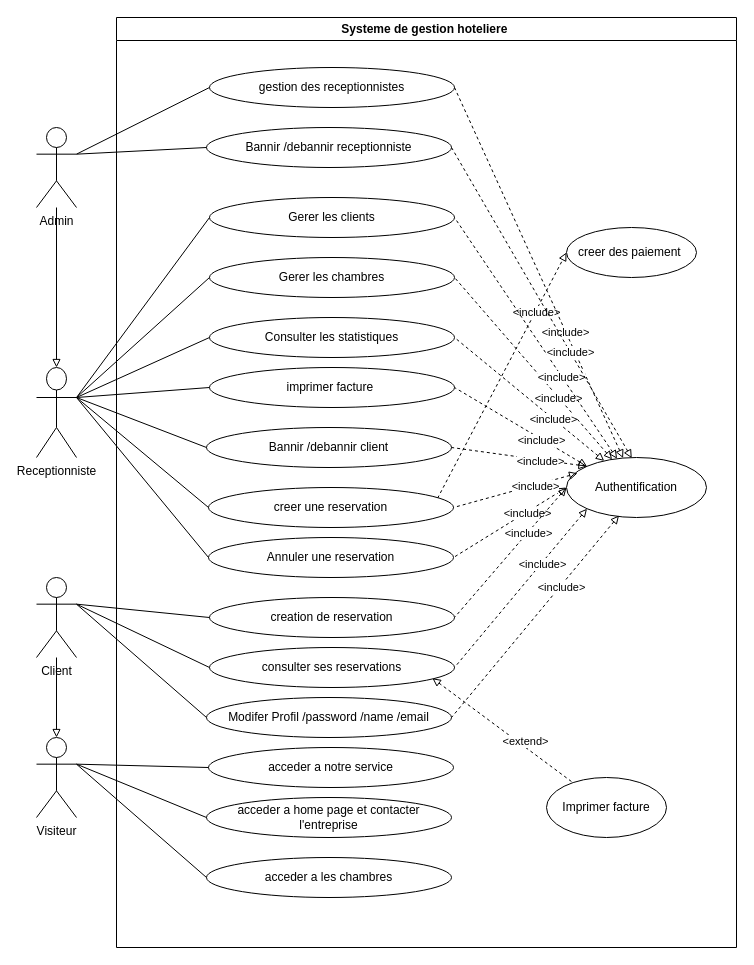
The draw.io diagram usecase-diagram.drawio in aichaelyadri60-debug/Grand-H-tel, before the edit. Source tidied: cells renumbered, new cells numbered last; positions are measured from the earlier drawing's top-left corner, leaving out a move shared by most shapes. Both pictures are drawn from the tidied source at 100%, with x=0, y=0 at pixel (36, 17).
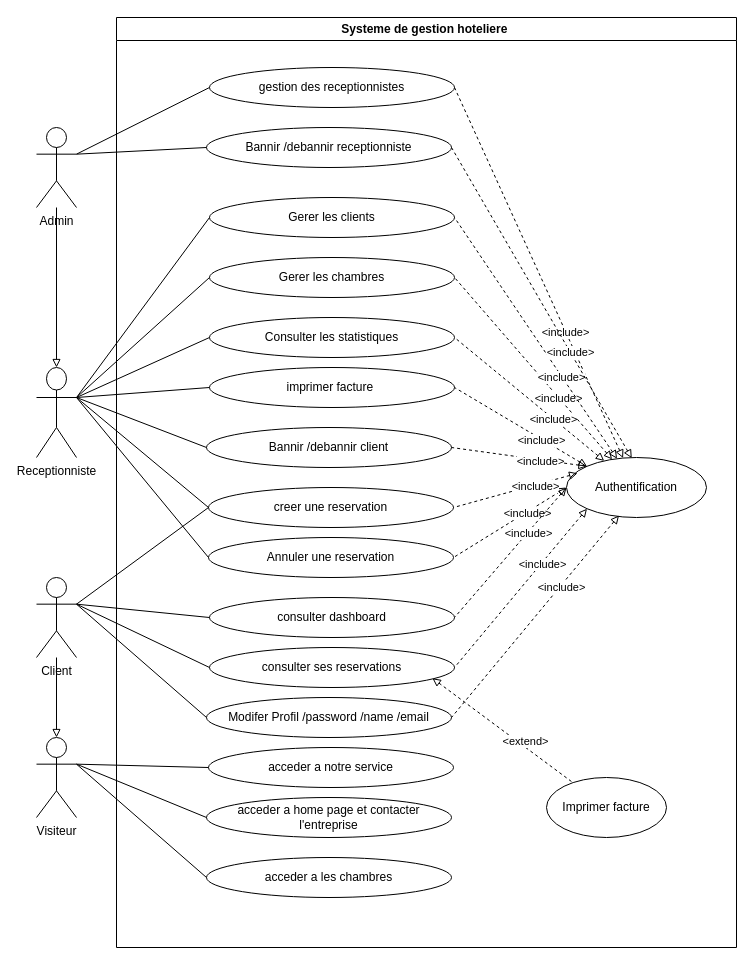
After the change.

Unchanged cells that the change refers to:
```xml
<mxCell id="2" value="Systeme de gestion hoteliere&amp;nbsp;" style="swimlane;whiteSpace=wrap;html=1;swimlaneFillColor=#FFFFFF;" parent="1" vertex="1">
  <mxGeometry x="80" width="620" height="930" as="geometry" />
</mxCell>
<mxCell id="11" value="creer une reservation" style="ellipse;whiteSpace=wrap;html=1;" parent="2" vertex="1">
  <mxGeometry x="92" y="470" width="245" height="40" as="geometry" />
</mxCell>
<mxCell id="52" value="Client" style="shape=umlActor;verticalLabelPosition=bottom;verticalAlign=top;html=1;outlineConnect=0;" parent="1" vertex="1">
  <mxGeometry y="560" width="40" height="80" as="geometry" />
</mxCell>
```

What changed in the source:
```diff
@@
-    <mxCell id="7" value="creation de reservation" style="ellipse;whiteSpace=wrap;html=1;" parent="2" vertex="1">
+    <mxCell id="7" value="consulter dashboard" style="ellipse;whiteSpace=wrap;html=1;" parent="2" vertex="1">
       <mxGeometry x="93" y="580" width="245" height="40" as="geometry" />
     </mxCell>
@@
-    <mxCell id="9" style="edgeStyle=none;html=1;entryX=0;entryY=0.5;entryDx=0;entryDy=0;exitX=0.935;exitY=0.269;exitDx=0;exitDy=0;exitPerimeter=0;endArrow=block;endFill=0;startArrow=none;startFill=0;dashed=1;" parent="2" edge="1" source="11" target="33">
-      <mxGeometry relative="1" as="geometry" />
-    </mxCell>
-    <mxCell id="10" value="&amp;lt;include&amp;gt;" style="edgeLabel;html=1;align=center;verticalAlign=middle;" parent="9" vertex="1">
-      <mxGeometry x="0.52" y="-1" relative="1" as="geometry" />
-    </mxCell>
@@
-    <mxCell id="33" value="creer des paiement&amp;nbsp;" style="ellipse;whiteSpace=wrap;html=1;" parent="2" vertex="1">
-      <mxGeometry x="450" y="210" width="130" height="50" as="geometry" />
-    </mxCell>
@@
-    <mxCell id="61" style="edgeStyle=none;html=1;entryX=0;entryY=0.5;entryDx=0;entryDy=0;endArrow=none;endFill=0;exitX=1;exitY=0.3333333333333333;exitDx=0;exitDy=0;exitPerimeter=0;" parent="1" edge="1" source="52" target="7">
+    <mxCell id="61" style="edgeStyle=none;html=1;entryX=0;entryY=0.5;entryDx=0;entryDy=0;endArrow=none;endFill=0;exitX=1;exitY=0.3333333333333333;exitDx=0;exitDy=0;exitPerimeter=0;" parent="1" edge="1" source="52" target="11">
       <mxGeometry relative="1" as="geometry" />
     </mxCell>
@@
+    <mxCell id="70" style="edgeStyle=none;html=1;entryX=0;entryY=0.5;entryDx=0;entryDy=0;endArrow=none;endFill=0;exitX=1;exitY=0.3333333333333333;exitDx=0;exitDy=0;exitPerimeter=0;" parent="1" edge="1" source="52" target="7">
+      <mxGeometry relative="1" as="geometry" />
+    </mxCell>
```
